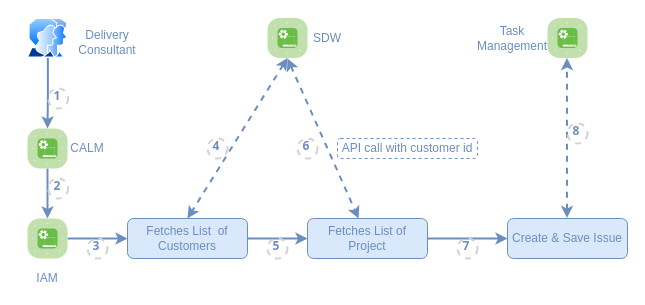
satis-pra/sp-draw.io-diagrams keeps this draw.io diagram as page "Page-2" (2 of 2) of IAM Workflow.drawio. Above is the earlier version. Source tidied: cells renumbered, new cells numbered last; positions are measured from the earlier drawing's top-left corner, leaving out a move shared by most shapes. Both pictures are drawn from the tidied source at 100%, with x=0, y=0 at pixel (17, 18).
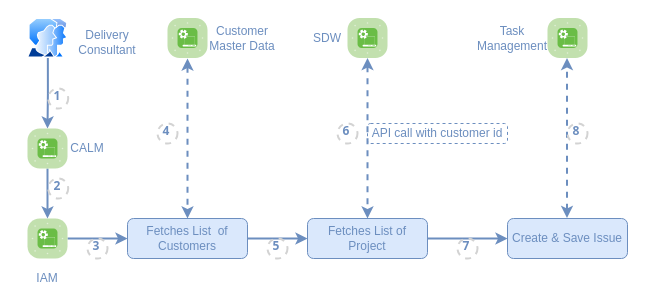
The same page after the edit.

The change refers to these unchanged cells:
```xml
<mxCell id="7" value="Fetches List&amp;nbsp; of Customers" style="rounded=1;whiteSpace=wrap;html=1;fillColor=#dae8fc;strokeColor=#6c8ebf;fontColor=#6C8EBF;" parent="1" vertex="1">
  <mxGeometry x="110" y="200" width="120" height="40" as="geometry" />
</mxCell>
<mxCell id="22" value="Fetches List of Project" style="rounded=1;whiteSpace=wrap;html=1;fillColor=#dae8fc;strokeColor=#6c8ebf;fontColor=#6C8EBF;" parent="1" vertex="1">
  <mxGeometry x="290" y="200" width="120" height="40" as="geometry" />
</mxCell>
```

Change to the diagram source:
```diff
@@
     <mxCell id="8" value="API call with customer id" style="text;html=1;align=center;verticalAlign=middle;whiteSpace=wrap;rounded=1;glass=0;shadow=0;dashed=1;strokeColor=#6C8EBF;fontColor=#6C8EBF;" parent="1" vertex="1">
-      <mxGeometry x="320" y="120" width="140" height="20" as="geometry" />
+      <mxGeometry x="350" y="105" width="140" height="20" as="geometry" />
     </mxCell>
@@
     <mxCell id="16" style="verticalLabelPosition=bottom;html=1;fillColor=#6ABD46;strokeColor=#ffffff;verticalAlign=top;align=center;points=[[0.085,0.085,0],[0.915,0.085,0],[0.915,0.915,0],[0.085,0.915,0],[0.25,0,0],[0.5,0,0],[0.75,0,0],[1,0.25,0],[1,0.5,0],[1,0.75,0],[0.75,1,0],[0.5,1,0],[0.25,1,0],[0,0.75,0],[0,0.5,0],[0,0.25,0]];shape=mxgraph.cisco_safe.compositeIcon;bgIcon=mxgraph.cisco_safe.architecture.generic_appliance;resIcon=mxgraph.cisco_safe.architecture.automated_system;fontColor=#6C8EBF;" parent="1" vertex="1">
-      <mxGeometry x="250" y="-0.5" width="40" height="40" as="geometry" />
+      <mxGeometry x="330" y="-0.5" width="40" height="40" as="geometry" />
     </mxCell>
@@
-    <mxCell id="23" style="endArrow=classic;html=1;strokeWidth=2;strokeColor=#6C8EBF;exitX=0.5;exitY=1;exitDx=0;exitDy=0;exitPerimeter=0;entryX=0.5;entryY=0;entryDx=0;entryDy=0;dashed=1;startArrow=classic;startFill=1;" parent="1" edge="1" source="16" target="7">
-      <mxGeometry relative="1" as="geometry" />
+    <mxCell id="23" style="endArrow=classic;html=1;strokeWidth=2;strokeColor=#6C8EBF;entryX=0.5;entryY=0;entryDx=0;entryDy=0;dashed=1;startArrow=classic;startFill=1;" parent="1" edge="1" target="7">
+      <mxGeometry relative="1" as="geometry">
+        <mxPoint x="170" y="40" as="sourcePoint" />
+      </mxGeometry>
     </mxCell>
-    <mxCell id="24" style="endArrow=classic;html=1;strokeWidth=2;strokeColor=#6C8EBF;dashed=1;startArrow=classic;startFill=1;" parent="1" edge="1" target="22">
-      <mxGeometry relative="1" as="geometry">
-        <mxPoint x="270" y="40" as="sourcePoint" />
-      </mxGeometry>
+    <mxCell id="24" style="endArrow=classic;html=1;strokeWidth=2;strokeColor=#6C8EBF;dashed=1;startArrow=classic;startFill=1;exitX=0.5;exitY=1;exitDx=0;exitDy=0;exitPerimeter=0;" parent="1" edge="1" source="16" target="22">
+      <mxGeometry relative="1" as="geometry" />
     </mxCell>
@@
     <mxCell id="28" value="&lt;b&gt;4&lt;/b&gt;" style="ellipse;whiteSpace=wrap;html=1;strokeWidth=2;fontFamily=Tahoma;spacingBottom=4;spacingRight=2;strokeColor=#d3d3d3;rounded=1;shadow=0;glass=0;dashed=1;fontColor=#6C8EBF;fillColor=none;" parent="1" vertex="1">
-      <mxGeometry x="190" y="120" width="20" height="20" as="geometry" />
+      <mxGeometry x="140" y="105" width="20" height="20" as="geometry" />
     </mxCell>
@@
     <mxCell id="30" value="&lt;b&gt;6&lt;/b&gt;" style="ellipse;whiteSpace=wrap;html=1;strokeWidth=2;fontFamily=Tahoma;spacingBottom=4;spacingRight=2;strokeColor=#d3d3d3;rounded=1;shadow=0;glass=0;dashed=1;fontColor=#6C8EBF;fillColor=none;" parent="1" vertex="1">
-      <mxGeometry x="280" y="120" width="20" height="20" as="geometry" />
+      <mxGeometry x="320" y="105" width="20" height="20" as="geometry" />
     </mxCell>
@@
+    <mxCell id="32" style="verticalLabelPosition=bottom;html=1;fillColor=#6ABD46;strokeColor=#ffffff;verticalAlign=top;align=center;shape=mxgraph.cisco_safe.compositeIcon;bgIcon=mxgraph.cisco_safe.architecture.generic_appliance;resIcon=mxgraph.cisco_safe.architecture.automated_system;fontColor=#6C8EBF;" parent="1" vertex="1">
+      <mxGeometry x="150" y="-0.5" width="40" height="40" as="geometry" />
+    </mxCell>
+    <mxCell id="33" value="Customer Master Data" style="text;html=1;strokeColor=none;fillColor=none;align=center;verticalAlign=middle;whiteSpace=wrap;rounded=0;fontColor=#6C8EBF;" parent="1" vertex="1">
+      <mxGeometry x="190" y="10" width="70" height="20" as="geometry" />
+    </mxCell>
```
